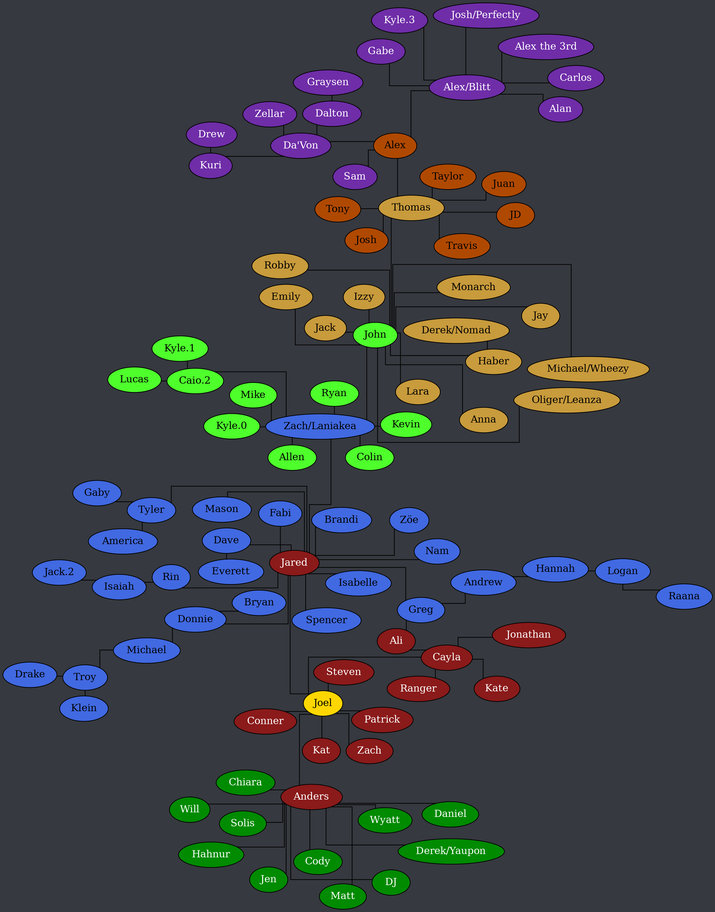
Before: tree.png, a diagram exported from Graphviz (Documidas/CoronaCatzFamilyTree). Its source is kept beside it as tree.dot.
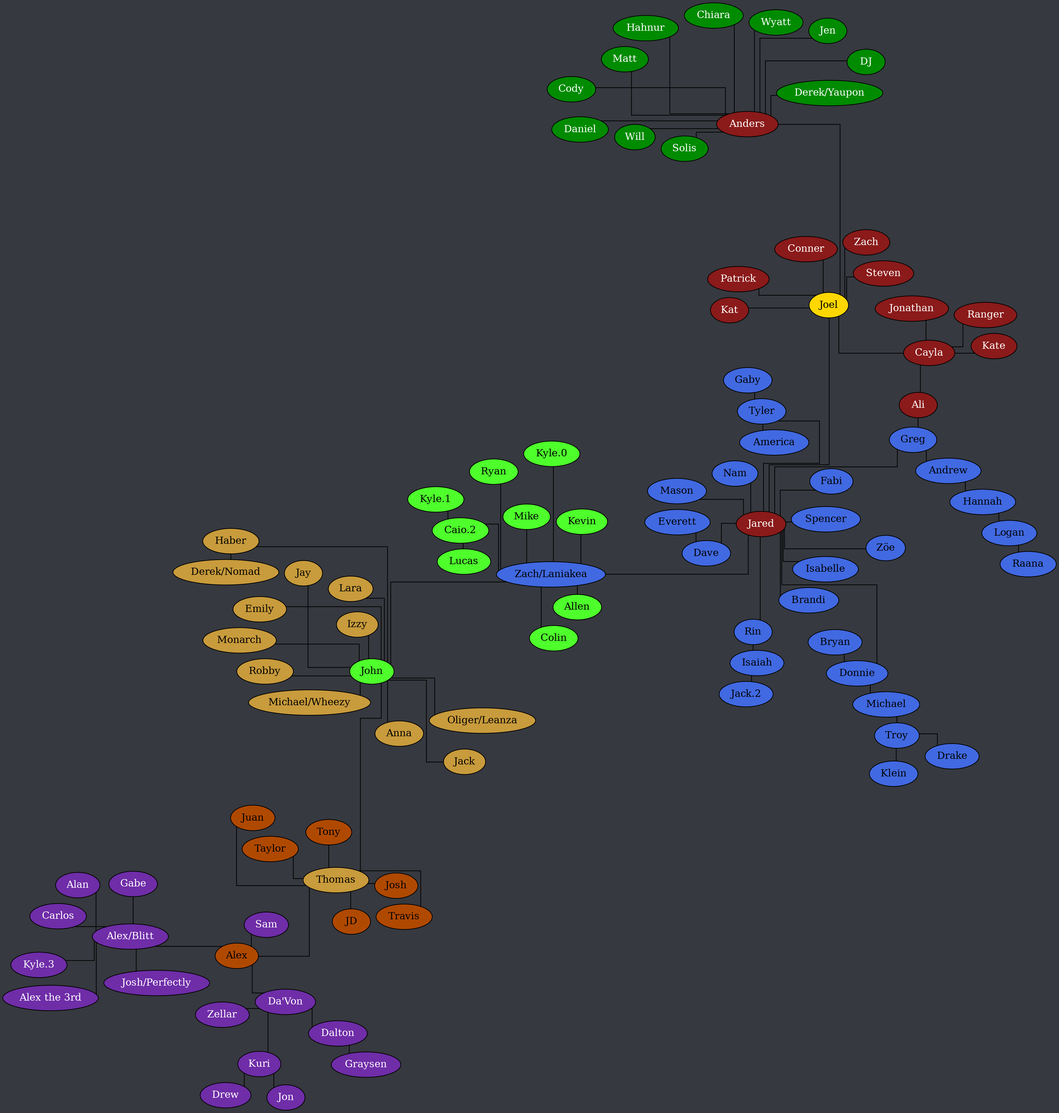
The same file after the commit.

Diff of the diagram source:
```diff
@@ -145,5 +145,6 @@
 		"Da'Von" -- Zellar;
 		Dalton -- Graysen;
 		Kuri -- Drew;
+		Kuri -- Jon;
 	}
 }
```
